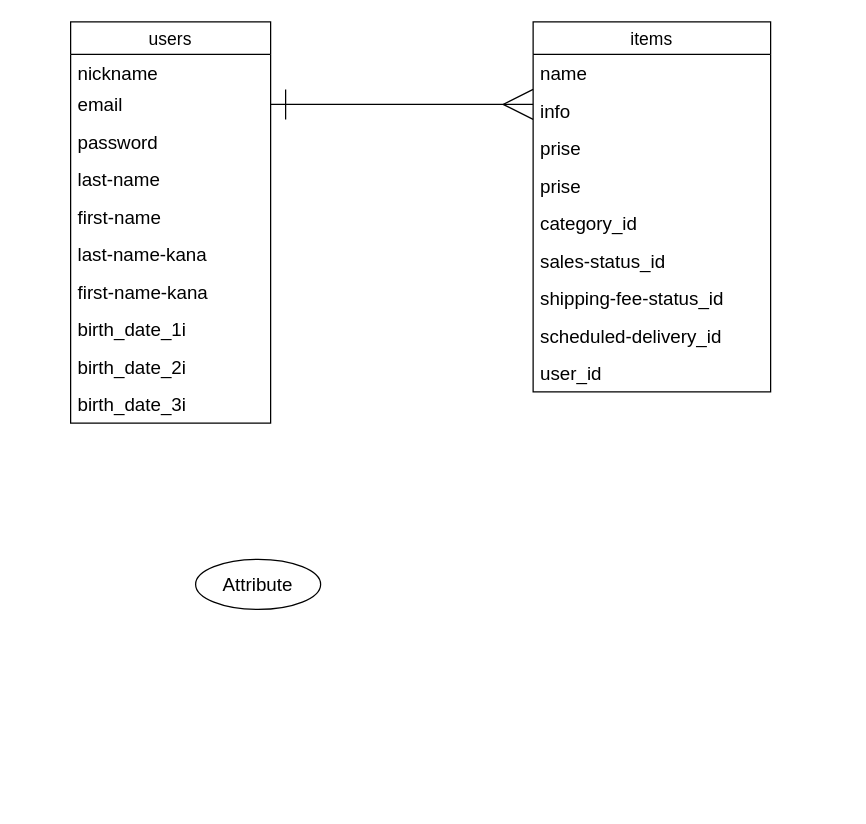
tera24d/furima-32113 keeps this draw.io diagram as furima.dio. Above is the earlier version. Source tidied: cells renumbered, new cells numbered last; positions are measured from the earlier drawing's top-left corner, leaving out a move shared by most shapes. Both pictures are drawn from the tidied source at 125%, with x=0, y=0 at pixel (70, 21).
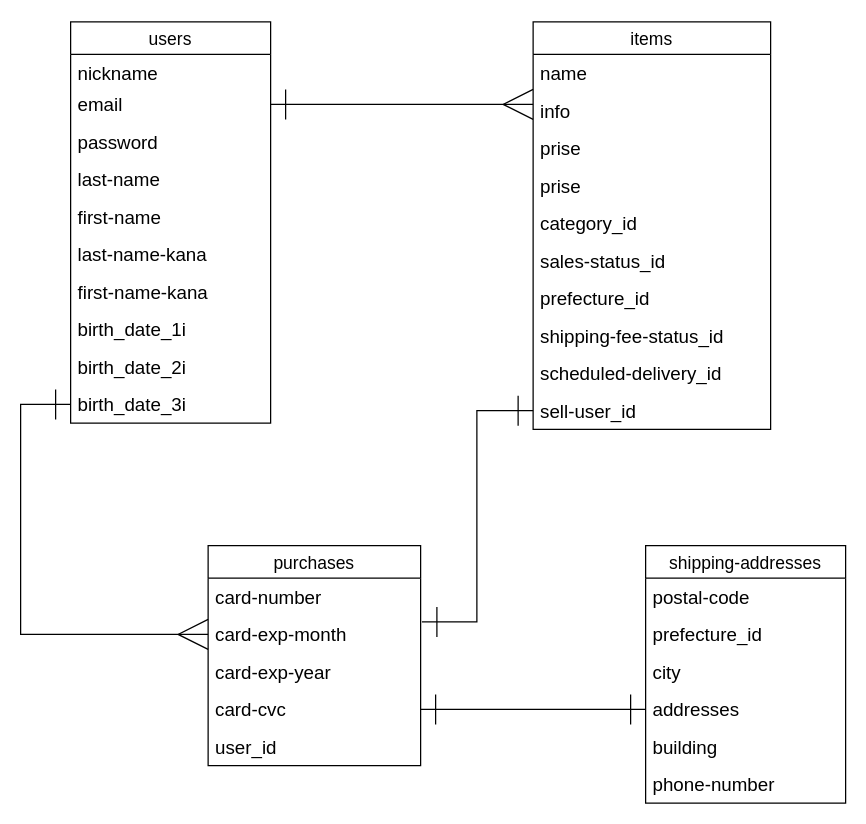
The same page after the edit.

Unchanged cells that the change refers to:
```xml
<mxCell id="12" value="birth_date_3i" style="text;strokeColor=none;fillColor=none;spacingLeft=4;spacingRight=4;overflow=hidden;points=[[0,0.5],[1,0.5]];portConstraint=eastwest;fontSize=15;" parent="2" vertex="1">
  <mxGeometry y="291" width="160" height="30" as="geometry" />
</mxCell>
```

Change to the diagram source:
```diff
@@
     <mxCell id="14" value="items" style="swimlane;fontStyle=0;horizontal=1;startSize=26;align=center;fontSize=14;" parent="1" vertex="1">
-      <mxGeometry x="370" width="190" height="296" as="geometry" />
+      <mxGeometry x="370" width="190" height="326" as="geometry" />
     </mxCell>
@@
+    <mxCell id="25" value="prefecture_id" style="text;strokeColor=none;fillColor=none;spacingLeft=4;spacingRight=4;overflow=hidden;fontSize=15;" parent="14" vertex="1">
+      <mxGeometry y="206" width="190" height="30" as="geometry" />
+    </mxCell>
     <mxCell id="21" value="shipping-fee-status_id" style="text;strokeColor=none;fillColor=none;spacingLeft=4;spacingRight=4;overflow=hidden;fontSize=15;" parent="14" vertex="1">
-      <mxGeometry y="206" width="190" height="30" as="geometry" />
+      <mxGeometry y="236" width="190" height="30" as="geometry" />
     </mxCell>
     <mxCell id="22" value="scheduled-delivery_id" style="text;strokeColor=none;fillColor=none;spacingLeft=4;spacingRight=4;overflow=hidden;fontSize=15;" parent="14" vertex="1">
-      <mxGeometry y="236" width="190" height="30" as="geometry" />
+      <mxGeometry y="266" width="190" height="30" as="geometry" />
     </mxCell>
-    <mxCell id="23" value="user_id" style="text;strokeColor=none;fillColor=none;spacingLeft=4;spacingRight=4;overflow=hidden;points=[[0,0.5],[1,0.5]];portConstraint=eastwest;fontSize=15;" parent="14" vertex="1">
-      <mxGeometry y="266" width="190" height="30" as="geometry" />
+    <mxCell id="23" value="sell-user_id" style="text;strokeColor=none;fillColor=none;spacingLeft=4;spacingRight=4;overflow=hidden;points=[[0,0.5],[1,0.5]];portConstraint=eastwest;fontSize=15;" parent="14" vertex="1">
+      <mxGeometry y="296" width="190" height="30" as="geometry" />
     </mxCell>
-    <mxCell id="24" value="Attribute" style="ellipse;whiteSpace=wrap;html=1;align=center;fontSize=15;" parent="1" vertex="1">
-      <mxGeometry x="100" y="430" width="100" height="40" as="geometry" />
-    </mxCell>
+    <mxCell id="26" value="shipping-addresses" style="swimlane;fontStyle=0;horizontal=1;startSize=26;align=center;fontSize=14;" parent="1" vertex="1">
+      <mxGeometry x="460" y="419" width="160" height="206" as="geometry" />
+    </mxCell>
+    <mxCell id="27" value="postal-code" style="text;strokeColor=none;fillColor=none;spacingLeft=4;spacingRight=4;overflow=hidden;fontSize=15;" parent="26" vertex="1">
+      <mxGeometry y="26" width="160" height="30" as="geometry" />
+    </mxCell>
+    <mxCell id="28" value="prefecture_id" style="text;strokeColor=none;fillColor=none;spacingLeft=4;spacingRight=4;overflow=hidden;fontSize=15;" parent="26" vertex="1">
+      <mxGeometry y="56" width="160" height="30" as="geometry" />
+    </mxCell>
+    <mxCell id="29" value="city" style="text;strokeColor=none;fillColor=none;spacingLeft=4;spacingRight=4;overflow=hidden;fontSize=15;" parent="26" vertex="1">
+      <mxGeometry y="86" width="160" height="30" as="geometry" />
+    </mxCell>
+    <mxCell id="30" value="addresses" style="text;strokeColor=none;fillColor=none;spacingLeft=4;spacingRight=4;overflow=hidden;points=[[0,0.5],[1,0.5]];portConstraint=eastwest;fontSize=15;" parent="26" vertex="1">
+      <mxGeometry y="116" width="160" height="30" as="geometry" />
+    </mxCell>
+    <mxCell id="31" value="building" style="text;strokeColor=none;fillColor=none;spacingLeft=4;spacingRight=4;overflow=hidden;fontSize=15;" parent="26" vertex="1">
+      <mxGeometry y="146" width="160" height="30" as="geometry" />
+    </mxCell>
+    <mxCell id="32" value="phone-number" style="text;strokeColor=none;fillColor=none;spacingLeft=4;spacingRight=4;overflow=hidden;fontSize=15;" parent="26" vertex="1">
+      <mxGeometry y="176" width="160" height="30" as="geometry" />
+    </mxCell>
+    <mxCell id="33" style="edgeStyle=orthogonalEdgeStyle;sketch=0;jettySize=auto;html=1;exitX=0;exitY=0.5;exitDx=0;exitDy=0;entryX=0;entryY=0.5;entryDx=0;entryDy=0;rounded=0;startArrow=ERone;startFill=0;endArrow=ERmany;endFill=0;endSize=22;startSize=22;" parent="1" edge="1" source="12" target="36">
+      <mxGeometry relative="1" as="geometry" />
+    </mxCell>
+    <mxCell id="34" value="purchases" style="swimlane;fontStyle=0;horizontal=1;startSize=26;align=center;fontSize=14;" parent="1" vertex="1">
+      <mxGeometry x="110" y="419" width="170" height="176" as="geometry" />
+    </mxCell>
+    <mxCell id="35" value="card-number" style="text;strokeColor=none;fillColor=none;spacingLeft=4;spacingRight=4;overflow=hidden;fontSize=15;" parent="34" vertex="1">
+      <mxGeometry y="26" width="170" height="30" as="geometry" />
+    </mxCell>
+    <mxCell id="36" value="card-exp-month" style="text;strokeColor=none;fillColor=none;spacingLeft=4;spacingRight=4;overflow=hidden;points=[[0,0.5],[1,0.5]];portConstraint=eastwest;fontSize=15;" parent="34" vertex="1">
+      <mxGeometry y="56" width="170" height="30" as="geometry" />
+    </mxCell>
+    <mxCell id="37" value="card-exp-year" style="text;strokeColor=none;fillColor=none;spacingLeft=4;spacingRight=4;overflow=hidden;fontSize=15;" parent="34" vertex="1">
+      <mxGeometry y="86" width="170" height="30" as="geometry" />
+    </mxCell>
+    <mxCell id="38" value="card-cvc" style="text;strokeColor=none;fillColor=none;spacingLeft=4;spacingRight=4;overflow=hidden;points=[[0,0.5],[1,0.5]];portConstraint=eastwest;fontSize=15;" parent="34" vertex="1">
+      <mxGeometry y="116" width="170" height="30" as="geometry" />
+    </mxCell>
+    <mxCell id="39" value="user_id" style="text;strokeColor=none;fillColor=none;spacingLeft=4;spacingRight=4;overflow=hidden;fontSize=15;" parent="34" vertex="1">
+      <mxGeometry y="146" width="170" height="30" as="geometry" />
+    </mxCell>
+    <mxCell id="40" style="edgeStyle=orthogonalEdgeStyle;rounded=0;sketch=0;jettySize=auto;html=1;exitX=0;exitY=0.5;exitDx=0;exitDy=0;entryX=1.006;entryY=0.167;entryDx=0;entryDy=0;entryPerimeter=0;startArrow=ERone;startFill=0;startSize=22;endArrow=ERone;endFill=0;endSize=22;" parent="1" edge="1" source="23" target="36">
+      <mxGeometry relative="1" as="geometry" />
+    </mxCell>
+    <mxCell id="41" style="edgeStyle=orthogonalEdgeStyle;rounded=0;sketch=0;jettySize=auto;html=1;exitX=1;exitY=0.5;exitDx=0;exitDy=0;entryX=0;entryY=0.5;entryDx=0;entryDy=0;startArrow=ERone;startFill=0;startSize=22;endArrow=ERone;endFill=0;endSize=22;" parent="1" edge="1" source="38" target="30">
+      <mxGeometry relative="1" as="geometry" />
+    </mxCell>
```
